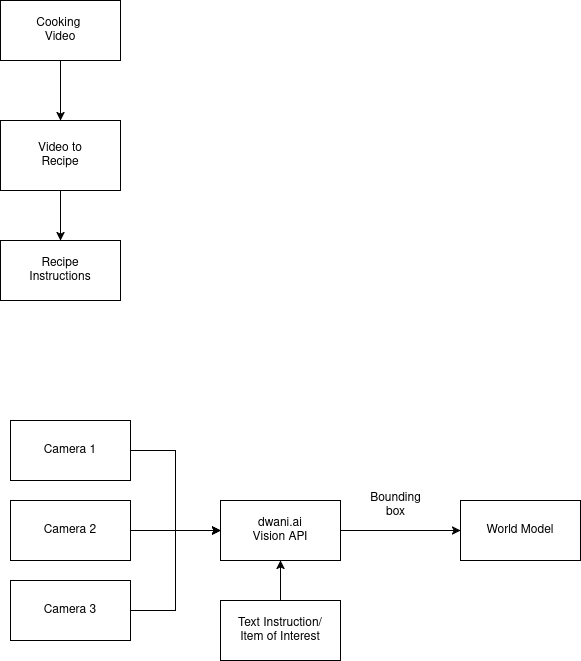
Above: docs/biryani-bot.drawio.png in sachinsshetty/biryani_bot (draw.io), before the change. Source tidied: cells renumbered, new cells last; positions are measured from the earlier drawing's top-left corner, leaving out a move shared by most shapes. The source it was exported from:
```xml
<mxGraphModel>
  <root>
    <mxCell id="0" />
    <mxCell id="1" parent="0" />
    <mxCell id="2" style="edgeStyle=orthogonalEdgeStyle;rounded=0;jettySize=auto;html=1;entryX=0.5;entryY=0;entryDx=0;entryDy=0;" parent="1" edge="1" source="3" target="6">
      <mxGeometry relative="1" as="geometry" />
    </mxCell>
    <mxCell id="3" value="&lt;div&gt;Video to&lt;/div&gt;&lt;div&gt;Recipe&lt;/div&gt;" style="rounded=0;whiteSpace=wrap;html=1;" parent="1" vertex="1">
      <mxGeometry y="120" width="120" height="70" as="geometry" />
    </mxCell>
    <mxCell id="4" style="edgeStyle=orthogonalEdgeStyle;rounded=0;jettySize=auto;html=1;" parent="1" edge="1" source="5" target="3">
      <mxGeometry relative="1" as="geometry" />
    </mxCell>
    <mxCell id="5" value="&lt;div&gt;Cooking&amp;nbsp;&lt;/div&gt;&lt;div&gt;Video&lt;/div&gt;" style="rounded=0;whiteSpace=wrap;html=1;" parent="1" vertex="1">
      <mxGeometry width="120" height="60" as="geometry" />
    </mxCell>
    <mxCell id="6" value="&lt;div&gt;Recipe&lt;/div&gt;&lt;div&gt;Instructions&lt;/div&gt;" style="rounded=0;whiteSpace=wrap;html=1;" parent="1" vertex="1">
      <mxGeometry y="240" width="120" height="60" as="geometry" />
    </mxCell>
    <mxCell id="7" style="edgeStyle=orthogonalEdgeStyle;rounded=0;jettySize=auto;html=1;entryX=0;entryY=0.5;entryDx=0;entryDy=0;" parent="1" edge="1" source="8" target="14">
      <mxGeometry relative="1" as="geometry" />
    </mxCell>
    <mxCell id="8" value="Camera 1" style="rounded=0;whiteSpace=wrap;html=1;" parent="1" vertex="1">
      <mxGeometry x="10" y="420" width="120" height="60" as="geometry" />
    </mxCell>
    <mxCell id="9" style="edgeStyle=orthogonalEdgeStyle;rounded=0;jettySize=auto;html=1;entryX=0;entryY=0.5;entryDx=0;entryDy=0;" parent="1" edge="1" source="10" target="14">
      <mxGeometry relative="1" as="geometry" />
    </mxCell>
    <mxCell id="10" value="Camera 2" style="rounded=0;whiteSpace=wrap;html=1;" parent="1" vertex="1">
      <mxGeometry x="10" y="500" width="120" height="60" as="geometry" />
    </mxCell>
    <mxCell id="11" style="edgeStyle=orthogonalEdgeStyle;rounded=0;jettySize=auto;html=1;entryX=0;entryY=0.5;entryDx=0;entryDy=0;" parent="1" edge="1" source="12" target="14">
      <mxGeometry relative="1" as="geometry" />
    </mxCell>
    <mxCell id="12" value="Camera 3" style="rounded=0;whiteSpace=wrap;html=1;" parent="1" vertex="1">
      <mxGeometry x="10" y="580" width="120" height="60" as="geometry" />
    </mxCell>
    <mxCell id="13" style="edgeStyle=orthogonalEdgeStyle;rounded=0;jettySize=auto;html=1;entryX=0;entryY=0.5;entryDx=0;entryDy=0;" parent="1" edge="1" source="14" target="15">
      <mxGeometry relative="1" as="geometry" />
    </mxCell>
    <mxCell id="14" value="&lt;div&gt;dwani.ai&lt;/div&gt;&lt;div&gt;Vision API&lt;/div&gt;" style="rounded=0;whiteSpace=wrap;html=1;" parent="1" vertex="1">
      <mxGeometry x="220" y="500" width="120" height="60" as="geometry" />
    </mxCell>
    <mxCell id="15" value="World Model" style="rounded=0;whiteSpace=wrap;html=1;" parent="1" vertex="1">
      <mxGeometry x="460" y="500" width="120" height="60" as="geometry" />
    </mxCell>
    <mxCell id="16" style="edgeStyle=orthogonalEdgeStyle;rounded=0;jettySize=auto;html=1;" parent="1" edge="1" source="17" target="14">
      <mxGeometry relative="1" as="geometry" />
    </mxCell>
    <mxCell id="17" value="&lt;div&gt;Text Instruction/&lt;/div&gt;&lt;div&gt;Item of Interest&lt;/div&gt;" style="rounded=0;whiteSpace=wrap;html=1;" parent="1" vertex="1">
      <mxGeometry x="220" y="600" width="120" height="60" as="geometry" />
    </mxCell>
    <mxCell id="18" value="&lt;div&gt;Bounding&lt;/div&gt;&lt;div&gt;box&lt;/div&gt;" style="text;html=1;align=center;verticalAlign=middle;strokeColor=none;fillColor=none;" parent="1" vertex="1">
      <mxGeometry x="360" y="485" width="70" height="40" as="geometry" />
    </mxCell>
  </root>
</mxGraphModel>
```
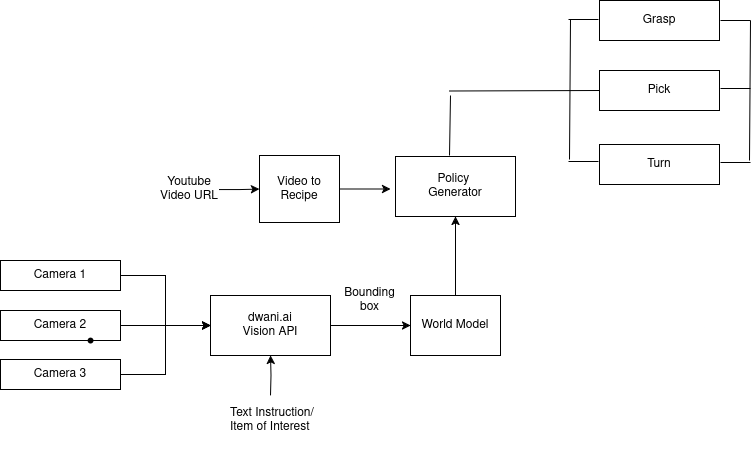
After the change.

What changed in the source:
```diff
@@ -2,56 +2,128 @@
   <root>
     <mxCell id="0" />
     <mxCell id="1" parent="0" />
-    <mxCell id="2" style="edgeStyle=orthogonalEdgeStyle;rounded=0;jettySize=auto;html=1;entryX=0.5;entryY=0;entryDx=0;entryDy=0;" parent="1" edge="1" source="3" target="6">
-      <mxGeometry relative="1" as="geometry" />
-    </mxCell>
+    <mxCell id="19" style="edgeStyle=orthogonalEdgeStyle;rounded=0;jettySize=auto;html=1;" parent="1" edge="1" source="3">
+      <mxGeometry relative="1" as="geometry">
+        <mxPoint x="351" y="88.5" as="targetPoint" />
+      </mxGeometry>
+    </mxCell>
     <mxCell id="3" value="&lt;div&gt;Video to&lt;/div&gt;&lt;div&gt;Recipe&lt;/div&gt;" style="rounded=0;whiteSpace=wrap;html=1;" parent="1" vertex="1">
-      <mxGeometry y="120" width="120" height="70" as="geometry" />
+      <mxGeometry x="220" y="55" width="80" height="67" as="geometry" />
     </mxCell>
-    <mxCell id="4" style="edgeStyle=orthogonalEdgeStyle;rounded=0;jettySize=auto;html=1;" parent="1" edge="1" source="5" target="3">
-      <mxGeometry relative="1" as="geometry" />
-    </mxCell>
-    <mxCell id="5" value="&lt;div&gt;Cooking&amp;nbsp;&lt;/div&gt;&lt;div&gt;Video&lt;/div&gt;" style="rounded=0;whiteSpace=wrap;html=1;" parent="1" vertex="1">
-      <mxGeometry width="120" height="60" as="geometry" />
-    </mxCell>
-    <mxCell id="6" value="&lt;div&gt;Recipe&lt;/div&gt;&lt;div&gt;Instructions&lt;/div&gt;" style="rounded=0;whiteSpace=wrap;html=1;" parent="1" vertex="1">
-      <mxGeometry y="240" width="120" height="60" as="geometry" />
-    </mxCell>
     <mxCell id="7" style="edgeStyle=orthogonalEdgeStyle;rounded=0;jettySize=auto;html=1;entryX=0;entryY=0.5;entryDx=0;entryDy=0;" parent="1" edge="1" source="8" target="14">
       <mxGeometry relative="1" as="geometry" />
     </mxCell>
     <mxCell id="8" value="Camera 1" style="rounded=0;whiteSpace=wrap;html=1;" parent="1" vertex="1">
-      <mxGeometry x="10" y="420" width="120" height="60" as="geometry" />
+      <mxGeometry x="-39" y="160" width="120" height="30" as="geometry" />
     </mxCell>
     <mxCell id="9" style="edgeStyle=orthogonalEdgeStyle;rounded=0;jettySize=auto;html=1;entryX=0;entryY=0.5;entryDx=0;entryDy=0;" parent="1" edge="1" source="10" target="14">
       <mxGeometry relative="1" as="geometry" />
     </mxCell>
     <mxCell id="10" value="Camera 2" style="rounded=0;whiteSpace=wrap;html=1;" parent="1" vertex="1">
-      <mxGeometry x="10" y="500" width="120" height="60" as="geometry" />
+      <mxGeometry x="-39" y="210" width="120" height="30" as="geometry" />
     </mxCell>
     <mxCell id="11" style="edgeStyle=orthogonalEdgeStyle;rounded=0;jettySize=auto;html=1;entryX=0;entryY=0.5;entryDx=0;entryDy=0;" parent="1" edge="1" source="12" target="14">
       <mxGeometry relative="1" as="geometry" />
     </mxCell>
     <mxCell id="12" value="Camera 3" style="rounded=0;whiteSpace=wrap;html=1;" parent="1" vertex="1">
-      <mxGeometry x="10" y="580" width="120" height="60" as="geometry" />
+      <mxGeometry x="-39" y="259" width="120" height="30" as="geometry" />
     </mxCell>
     <mxCell id="13" style="edgeStyle=orthogonalEdgeStyle;rounded=0;jettySize=auto;html=1;entryX=0;entryY=0.5;entryDx=0;entryDy=0;" parent="1" edge="1" source="14" target="15">
       <mxGeometry relative="1" as="geometry" />
     </mxCell>
     <mxCell id="14" value="&lt;div&gt;dwani.ai&lt;/div&gt;&lt;div&gt;Vision API&lt;/div&gt;" style="rounded=0;whiteSpace=wrap;html=1;" parent="1" vertex="1">
-      <mxGeometry x="220" y="500" width="120" height="60" as="geometry" />
+      <mxGeometry x="171" y="195" width="120" height="60" as="geometry" />
     </mxCell>
+    <mxCell id="20" style="edgeStyle=orthogonalEdgeStyle;rounded=0;jettySize=auto;html=1;entryX=0.5;entryY=1;entryDx=0;entryDy=0;" parent="1" edge="1" source="15" target="23">
+      <mxGeometry relative="1" as="geometry" />
+    </mxCell>
     <mxCell id="15" value="World Model" style="rounded=0;whiteSpace=wrap;html=1;" parent="1" vertex="1">
-      <mxGeometry x="460" y="500" width="120" height="60" as="geometry" />
+      <mxGeometry x="371" y="195" width="90" height="60" as="geometry" />
     </mxCell>
-    <mxCell id="16" style="edgeStyle=orthogonalEdgeStyle;rounded=0;jettySize=auto;html=1;" parent="1" edge="1" source="17" target="14">
-      <mxGeometry relative="1" as="geometry" />
+    <mxCell id="16" style="edgeStyle=orthogonalEdgeStyle;rounded=0;jettySize=auto;html=1;" parent="1" edge="1" target="14">
+      <mxGeometry relative="1" as="geometry">
+        <mxPoint x="231" y="295" as="sourcePoint" />
+      </mxGeometry>
     </mxCell>
+    <mxCell id="18" value="&lt;div&gt;Bounding&lt;/div&gt;&lt;div&gt;box&lt;/div&gt;" style="text;html=1;align=center;verticalAlign=middle;strokeColor=none;fillColor=none;" parent="1" vertex="1">
+      <mxGeometry x="295" y="180" width="70" height="40" as="geometry" />
+    </mxCell>
+    <mxCell id="21" style="edgeStyle=orthogonalEdgeStyle;rounded=0;jettySize=auto;html=1;entryX=0;entryY=0.5;entryDx=0;entryDy=0;" parent="1" edge="1" source="22" target="3">
+      <mxGeometry relative="1" as="geometry" />
+    </mxCell>
+    <mxCell id="22" value="Youtube Video URL" style="text;html=1;align=center;verticalAlign=middle;whiteSpace=wrap;rounded=0;" parent="1" vertex="1">
+      <mxGeometry x="120" y="74" width="60" height="30" as="geometry" />
+    </mxCell>
+    <mxCell id="23" value="&lt;div&gt;Policy&amp;nbsp;&lt;/div&gt;&lt;div&gt;Generator&lt;/div&gt;" style="rounded=0;whiteSpace=wrap;html=1;" parent="1" vertex="1">
+      <mxGeometry x="356" y="56" width="120" height="60" as="geometry" />
+    </mxCell>
+    <mxCell id="24" style="shape=waypoint;sketch=0;size=6;fillColor=none;perimeter=centerPerimeter;" parent="1" vertex="1">
+      <mxGeometry x="41" y="230" width="20" height="20" as="geometry" />
+    </mxCell>
-    <mxCell id="17" value="&lt;div&gt;Text Instruction/&lt;/div&gt;&lt;div&gt;Item of Interest&lt;/div&gt;" style="rounded=0;whiteSpace=wrap;html=1;" parent="1" vertex="1">
-      <mxGeometry x="220" y="600" width="120" height="60" as="geometry" />
+    <mxCell id="17" value="&lt;div&gt;Text Instruction/&lt;/div&gt;&lt;div&gt;Item of Interest&lt;/div&gt;" style="text;whiteSpace=wrap;html=1;" parent="1" vertex="1">
+      <mxGeometry x="189" y="299" width="120" height="50" as="geometry" />
     </mxCell>
-    <mxCell id="18" value="&lt;div&gt;Bounding&lt;/div&gt;&lt;div&gt;box&lt;/div&gt;" style="text;html=1;align=center;verticalAlign=middle;strokeColor=none;fillColor=none;" parent="1" vertex="1">
-      <mxGeometry x="360" y="485" width="70" height="40" as="geometry" />
-    </mxCell>
+    <mxCell id="25" value="Grasp" style="rounded=0;whiteSpace=wrap;html=1;" parent="1" vertex="1">
+      <mxGeometry x="560" y="-100" width="120" height="40" as="geometry" />
+    </mxCell>
+    <mxCell id="26" value="Pick" style="rounded=0;whiteSpace=wrap;html=1;" parent="1" vertex="1">
+      <mxGeometry x="560" y="-30" width="120" height="40" as="geometry" />
+    </mxCell>
+    <mxCell id="27" value="Turn" style="rounded=0;whiteSpace=wrap;html=1;" parent="1" vertex="1">
+      <mxGeometry x="560" y="44" width="120" height="40" as="geometry" />
+    </mxCell>
+    <mxCell id="28" style="endArrow=none;html=1;rounded=0;" parent="1" edge="1">
+      <mxGeometry relative="1" as="geometry">
+        <mxPoint x="681" y="-80" as="sourcePoint" />
+        <mxPoint x="711" y="-80" as="targetPoint" />
+      </mxGeometry>
+    </mxCell>
+    <mxCell id="29" style="endArrow=none;html=1;rounded=0;" parent="1" edge="1">
+      <mxGeometry relative="1" as="geometry">
+        <mxPoint x="681" y="-12" as="sourcePoint" />
+        <mxPoint x="711" y="-12" as="targetPoint" />
+      </mxGeometry>
+    </mxCell>
+    <mxCell id="30" style="endArrow=none;html=1;rounded=0;" parent="1" edge="1">
+      <mxGeometry relative="1" as="geometry">
+        <mxPoint x="681" y="62" as="sourcePoint" />
+        <mxPoint x="711" y="62" as="targetPoint" />
+      </mxGeometry>
+    </mxCell>
+    <mxCell id="31" style="endArrow=none;html=1;rounded=0;" parent="1" edge="1">
+      <mxGeometry relative="1" as="geometry">
+        <mxPoint x="711" y="-80" as="sourcePoint" />
+        <mxPoint x="710" y="60" as="targetPoint" />
+      </mxGeometry>
+    </mxCell>
+    <mxCell id="32" style="endArrow=none;html=1;rounded=0;" parent="1" edge="1">
+      <mxGeometry relative="1" as="geometry">
+        <mxPoint x="529" y="-81" as="sourcePoint" />
+        <mxPoint x="559" y="-81" as="targetPoint" />
+      </mxGeometry>
+    </mxCell>
+    <mxCell id="33" style="endArrow=none;html=1;rounded=0;" parent="1" edge="1">
+      <mxGeometry relative="1" as="geometry">
+        <mxPoint x="529" y="61" as="sourcePoint" />
+        <mxPoint x="559" y="61" as="targetPoint" />
+      </mxGeometry>
+    </mxCell>
+    <mxCell id="34" style="endArrow=none;html=1;rounded=0;" parent="1" edge="1">
+      <mxGeometry relative="1" as="geometry">
+        <mxPoint x="531" y="-81" as="sourcePoint" />
+        <mxPoint x="530" y="59" as="targetPoint" />
+      </mxGeometry>
+    </mxCell>
+    <mxCell id="35" style="endArrow=none;html=1;rounded=0;" parent="1" edge="1">
+      <mxGeometry relative="1" as="geometry">
+        <mxPoint x="411" y="-5" as="sourcePoint" />
+        <mxPoint x="410" y="55" as="targetPoint" />
+      </mxGeometry>
+    </mxCell>
+    <mxCell id="36" style="endArrow=none;html=1;rounded=0;entryX=0;entryY=0.5;entryDx=0;entryDy=0;" parent="1" edge="1" target="26">
+      <mxGeometry relative="1" as="geometry">
+        <mxPoint x="410" y="-9.5" as="sourcePoint" />
+      </mxGeometry>
+    </mxCell>
   </root>
 </mxGraphModel>
```
